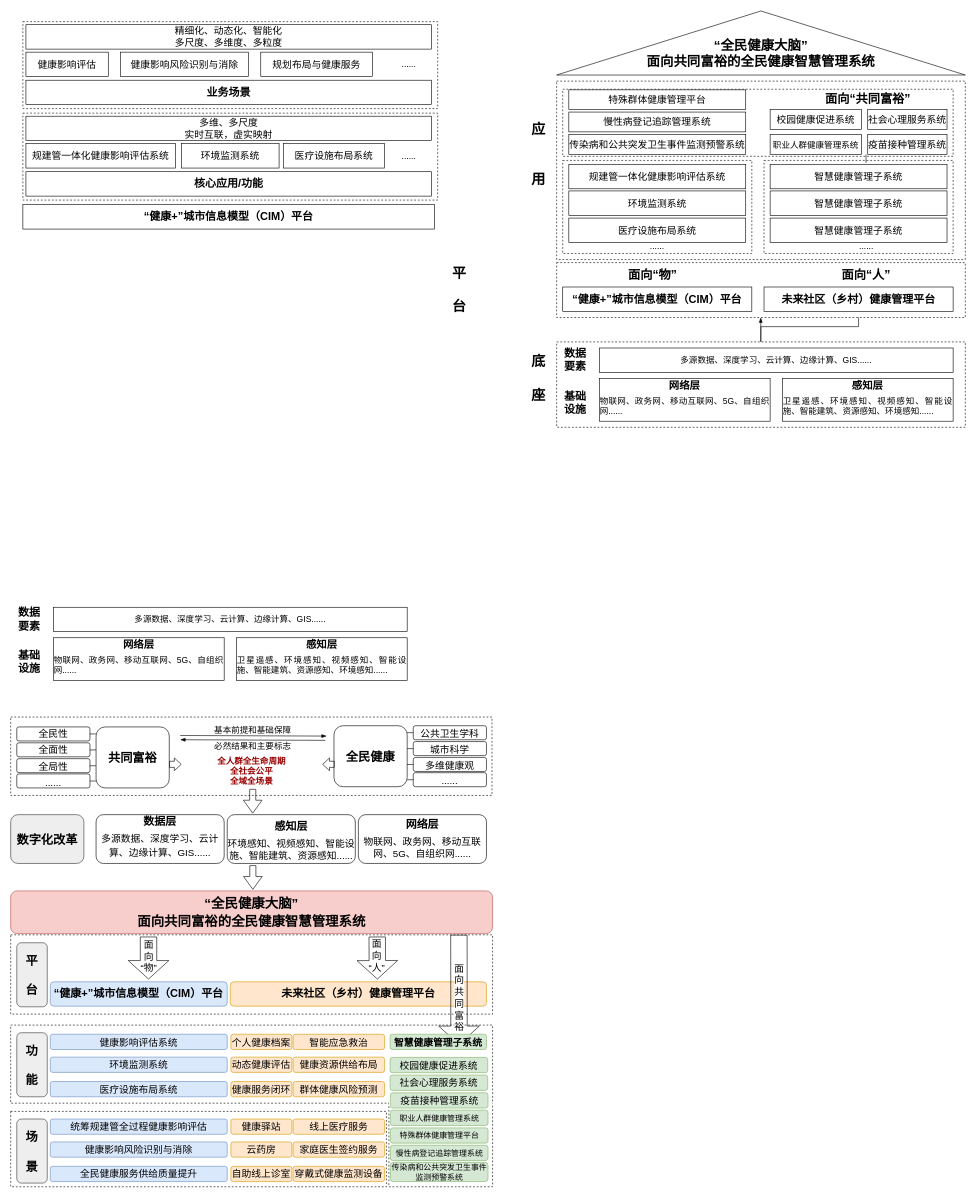
linge630/practice keeps this draw.io diagram as 未命名绘图.drawio. Above is the earlier version. Source tidied: cells renumbered, new cells numbered last; positions are measured from the earlier drawing's top-left corner, leaving out a move shared by most shapes. Both pictures are drawn from the tidied source at 61%, with x=0, y=0 at pixel (10, -162).
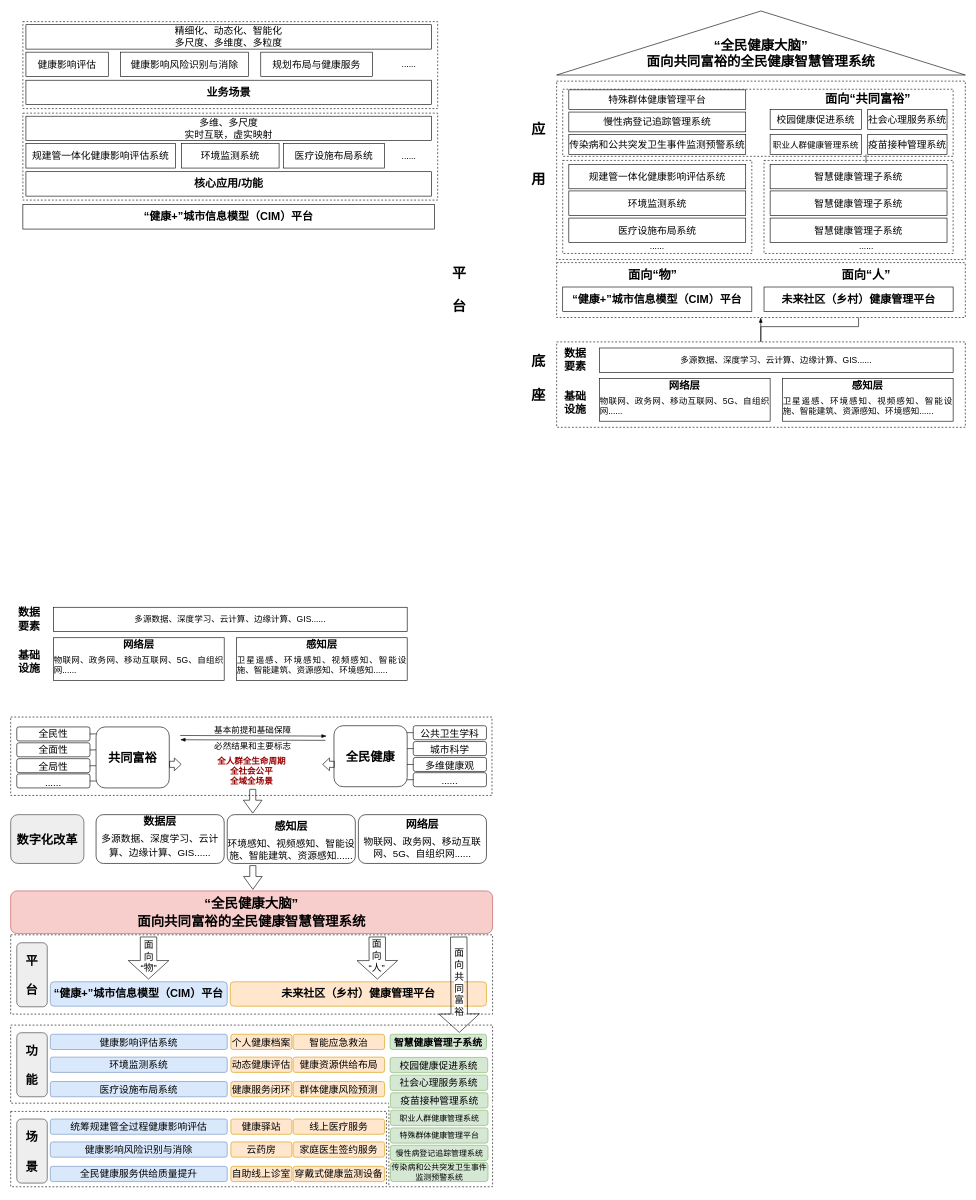
After the change.

Commit message:
更新未命名绘图.drawio

The edit, as a diff of the source:
```diff
@@
-    <mxCell id="94" style="shape=flexArrow;endArrow=classic;html=1;rounded=0;fontSize=20;strokeWidth=1;endWidth=38.63905325443787;endSize=9.776923076923078;width=26.923076923076923;exitX=0.93;exitY=0.023;exitDx=0;exitDy=0;exitPerimeter=0;entryX=0.666;entryY=0.006;entryDx=0;entryDy=0;entryPerimeter=0;labelBackgroundColor=#FFFFFF;" parent="1" edge="1">
+    <mxCell id="94" style="shape=flexArrow;endArrow=classic;html=1;rounded=0;fontSize=20;strokeWidth=1;endWidth=38.63905325443787;endSize=9.776923076923078;width=26.923076923076923;entryX=0.666;entryY=0.006;entryDx=0;entryDy=0;entryPerimeter=0;labelBackgroundColor=#FFFFFF;" parent="1" edge="1">
       <mxGeometry relative="1" as="geometry">
-        <mxPoint x="734.8" y="1797" as="sourcePoint" />
-        <mxPoint x="735" y="1977.4" as="targetPoint" />
+        <mxPoint x="734.5" y="1800.1" as="sourcePoint" />
+        <mxPoint x="735.5" y="1957.5" as="targetPoint" />
       </mxGeometry>
     </mxCell>
     <mxCell id="95" value="面&lt;br&gt;向&lt;br&gt;共&lt;br&gt;同&lt;br&gt;富&lt;br&gt;裕" style="edgeLabel;html=1;align=center;verticalAlign=middle;fontSize=16;labelBackgroundColor=default;" parent="94" vertex="1">
       <mxGeometry x="-0.36" y="3" relative="1" as="geometry">
-        <mxPoint x="-3" y="45" as="offset" />
+        <mxPoint x="-3" y="24" as="offset" />
       </mxGeometry>
     </mxCell>
```
